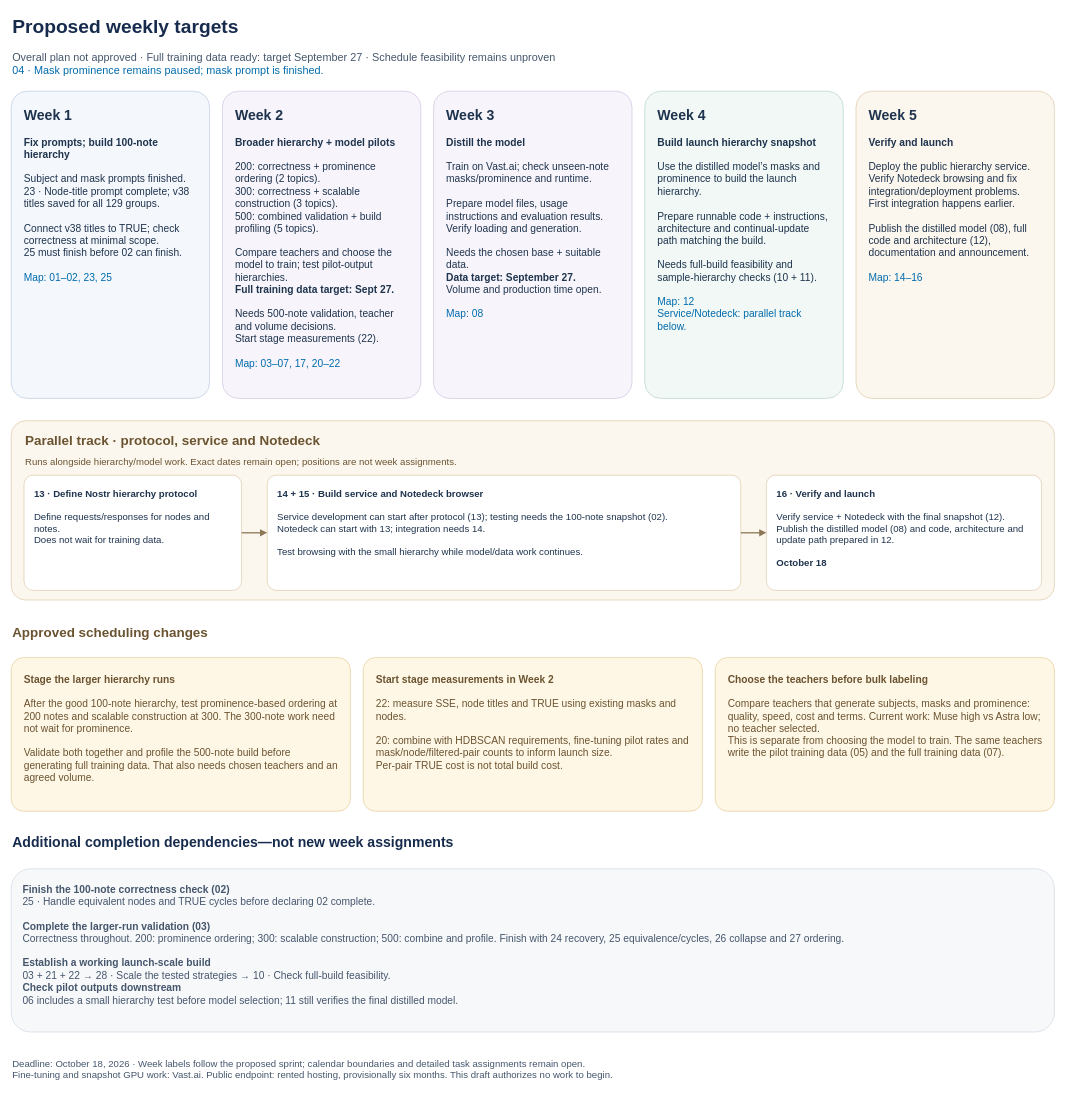
Earlier version of the draw.io diagram page "2 — Proposed weekly targets" (2 of 2) of docs/planning/october-18-release.drawio (kernelkind/oracle-research). Source tidied: cells renumbered, new cells numbered last; positions are measured from the earlier drawing's top-left corner, leaving out a move shared by most shapes. Both pictures are drawn from the tidied source at 64%, with x=0, y=0 at pixel (11, 11).
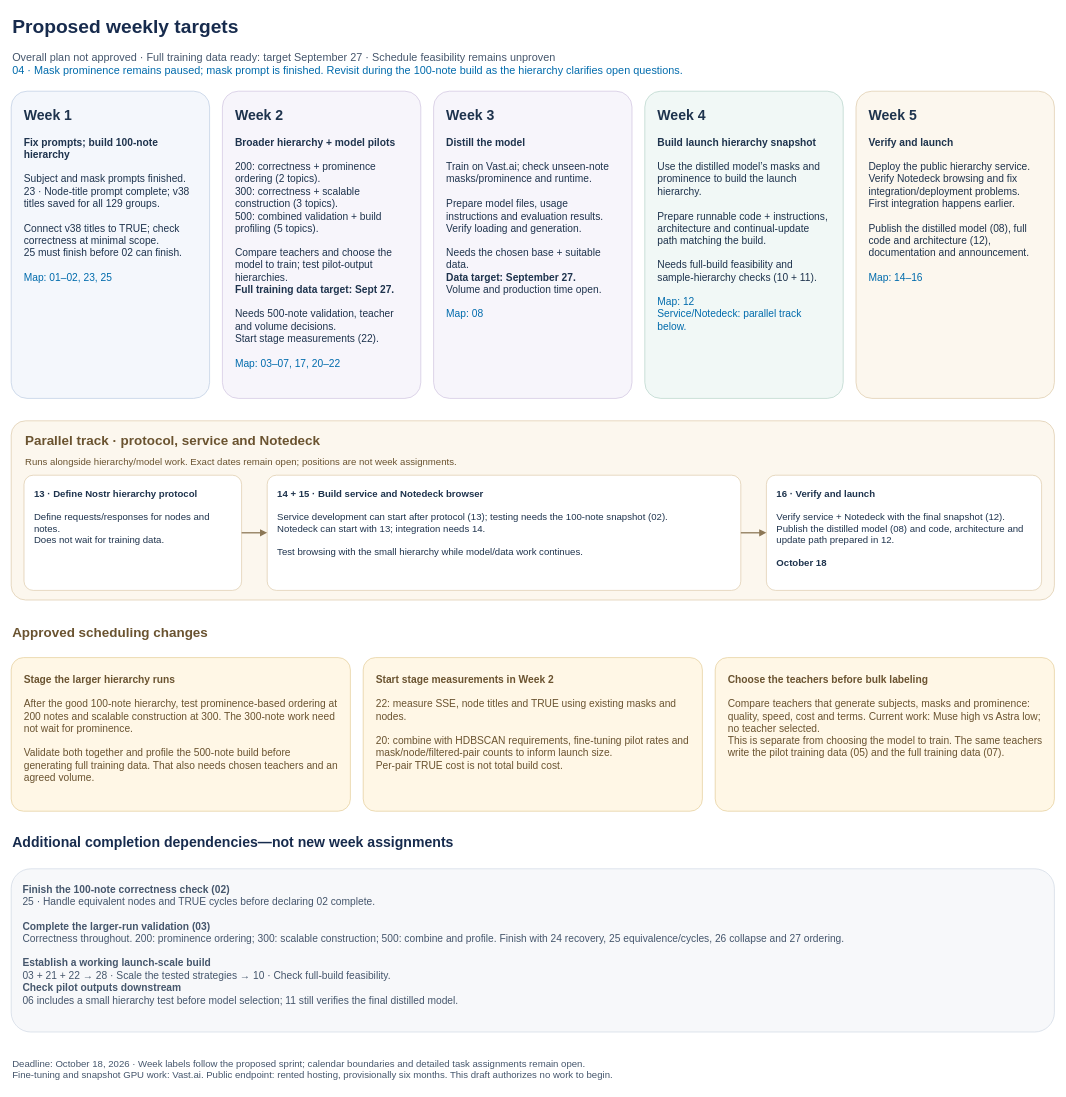
The same page after the edit.

Commit message (it also covers changes not shown here):
docs: plan prominence revisit during 100-note build

The edit, as a diff of the source:
```diff
@@
-    <mxCell id="3" value="Overall plan not approved · Full training data ready: target September 27 · Schedule feasibility remains unproven&lt;br&gt;&lt;font color=&quot;light-dark(#6b7788, #bac6d3)&quot;&gt;04 · Mask prominence remains paused; mask prompt is finished.&lt;/font&gt;" style="text;html=1;align=left;verticalAlign=middle;fontSize=17;fontColor=light-dark(#45566c, #bac6d3);" parent="1" vertex="1">
+    <mxCell id="3" value="Overall plan not approved · Full training data ready: target September 27 · Schedule feasibility remains unproven&lt;br&gt;&lt;font color=&quot;light-dark(#6b7788, #bac6d3)&quot;&gt;04 · Mask prominence remains paused; mask prompt is finished. Revisit during the 100-note build as the hierarchy clarifies open questions.&lt;/font&gt;" style="text;html=1;align=left;verticalAlign=middle;fontSize=17;fontColor=light-dark(#45566c, #bac6d3);" parent="1" vertex="1">
       <mxGeometry y="55" width="1600" height="55" as="geometry" />
     </mxCell>
```
